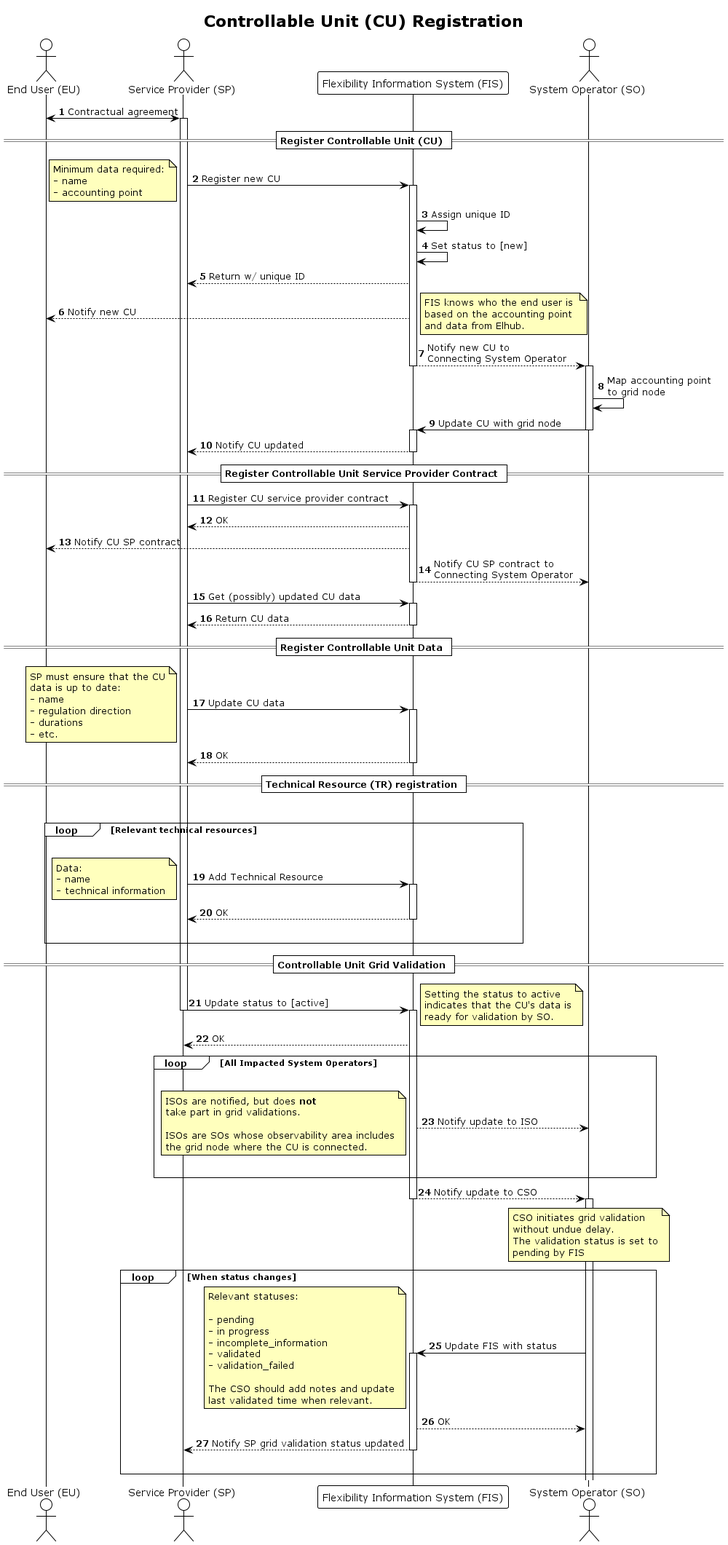
This is docs/diagrams/controllable_unit_registration.png from elhub/flex-information-system, a PlantUML export, as it was before one commit.
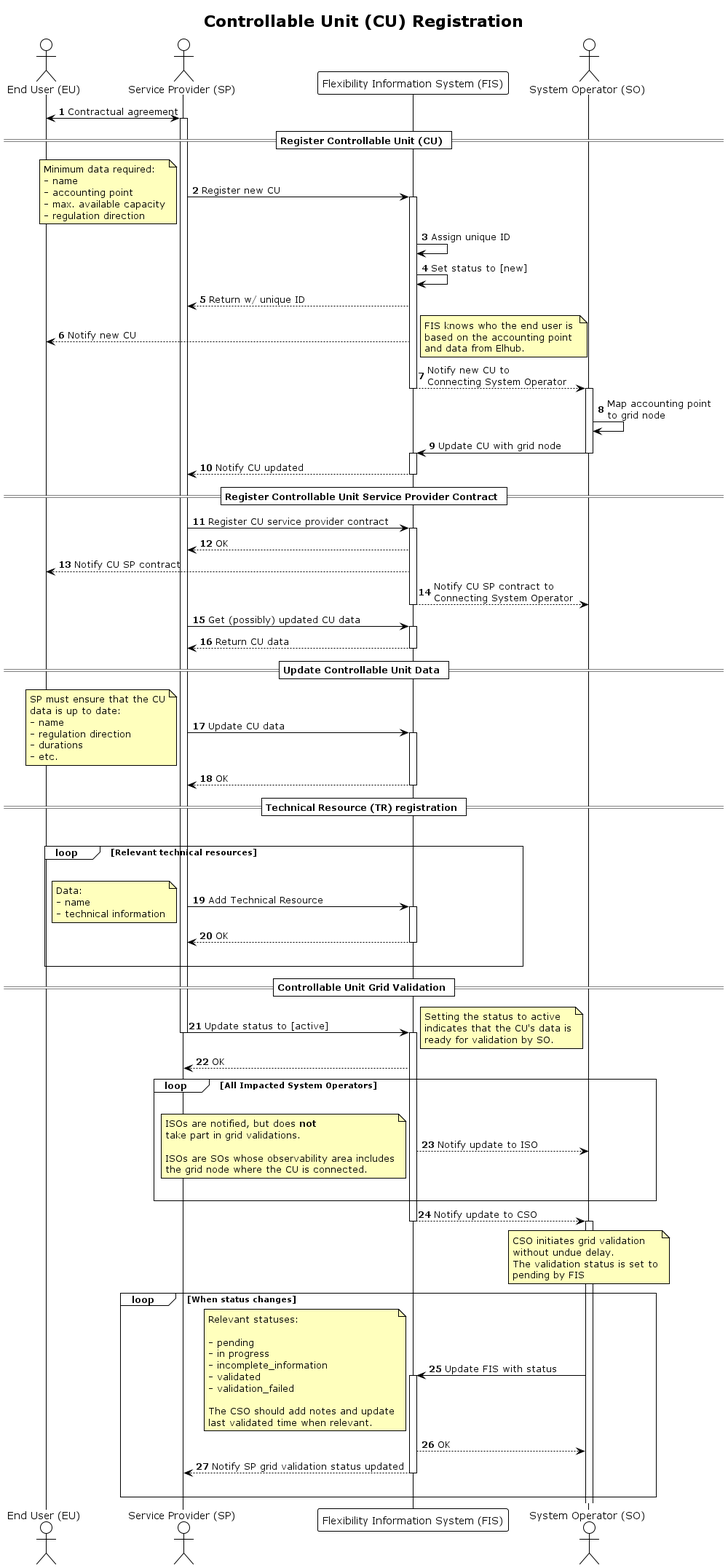
Later version of the same file.

Commit message:
fix(docs): inconsistency in cu registration process

Diff of the diagram source:
```diff
@@ -23,6 +23,8 @@
     Minimum data required:
     - name
     - accounting point
+    - max. available capacity
+    - regulation direction
 end note
 
 activate FIS
@@ -60,7 +62,7 @@
 FIS --> SP: Return CU data
 deactivate FIS
 
-== Register Controllable Unit Data ==
+== Update Controllable Unit Data ==
 
 SP -> FIS: Update CU data
 note left
```
